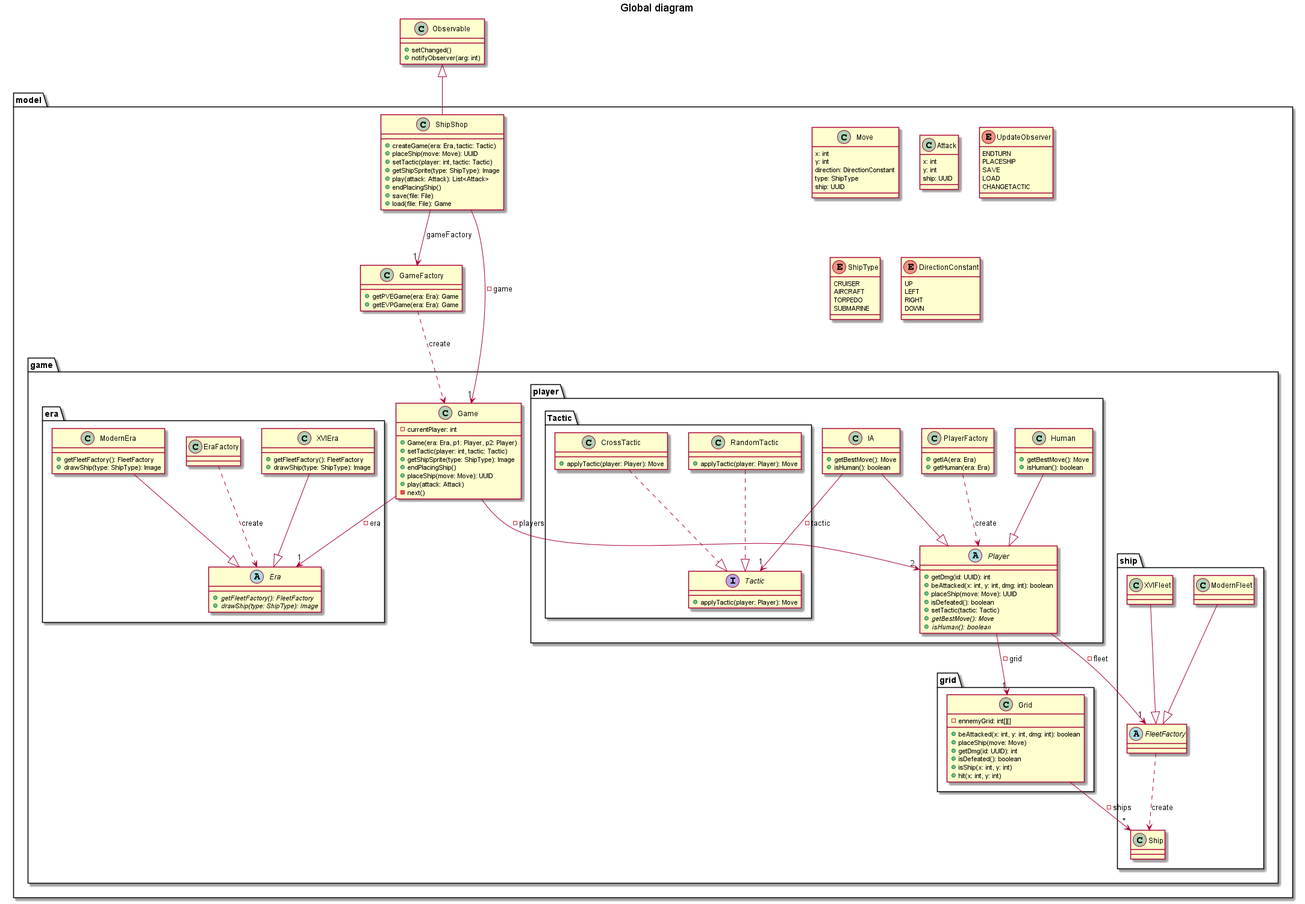
Reynault/ShipShop keeps this PlantUML diagram as doc/conception/image/class/global.png. Above is the earlier version.
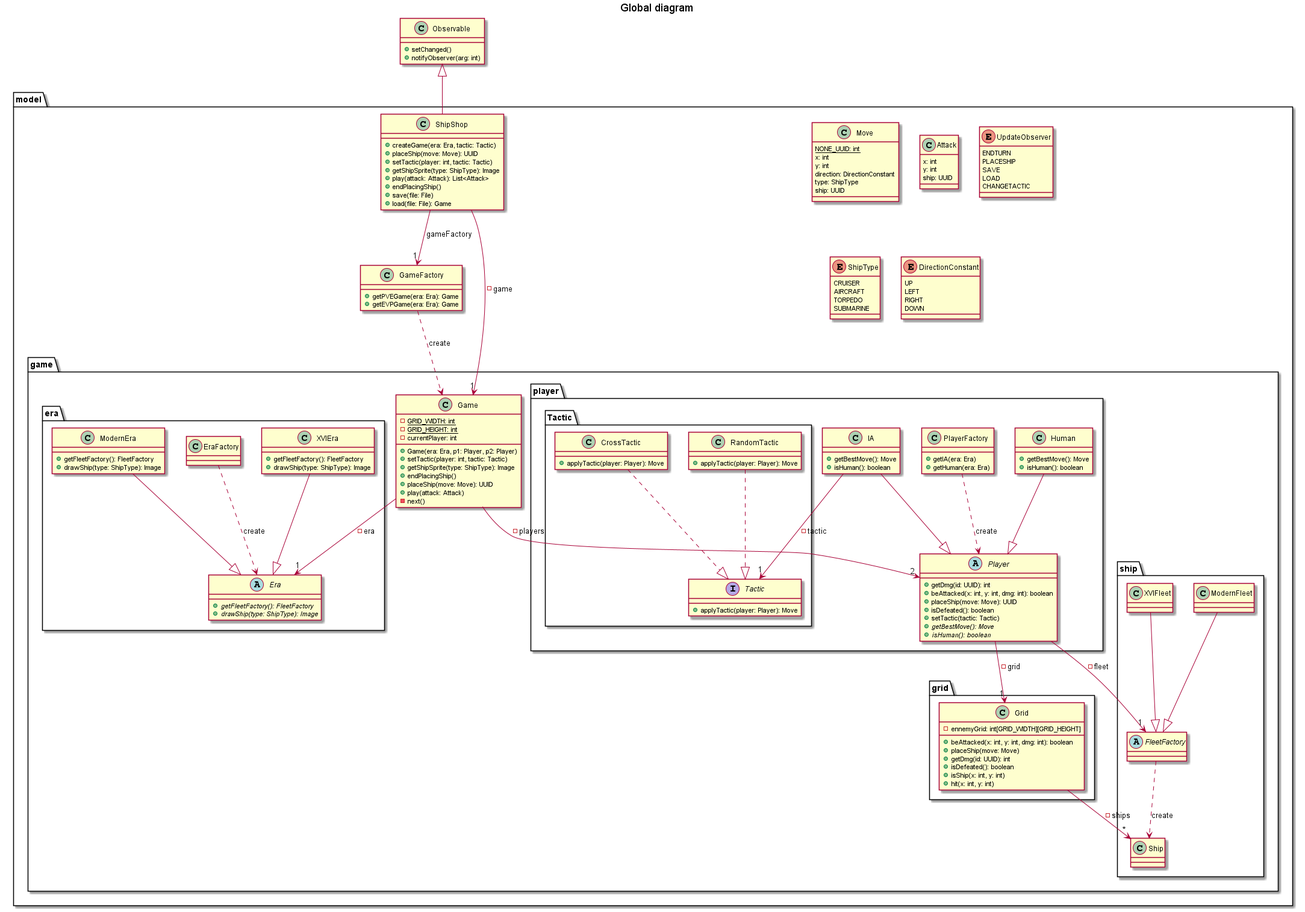
Later version of the same file.

Change to the diagram source:
```diff
@@ -10,6 +10,7 @@
 package model{
 
     class Move{
+        {static} NONE_UUID: int
         x: int
         y: int
         direction: DirectionConstant
@@ -87,6 +88,8 @@
         }
 
         class Game{
+            - {static} GRID_WIDTH: int
+            - {static} GRID_HEIGHT: int
             - currentPlayer: int
             + Game(era: Era, p1: Player, p2: Player)
             + setTactic(player: int, tactic: Tactic)
@@ -100,7 +103,7 @@
         package grid{
 
             class Grid{
-                - ennemyGrid: int[][]
+                - ennemyGrid: int[GRID_WIDTH][GRID_HEIGHT]
                 + beAttacked(x: int, y: int, dmg: int): boolean
                 + placeShip(move: Move)
                 + getDmg(id: UUID): int
```
